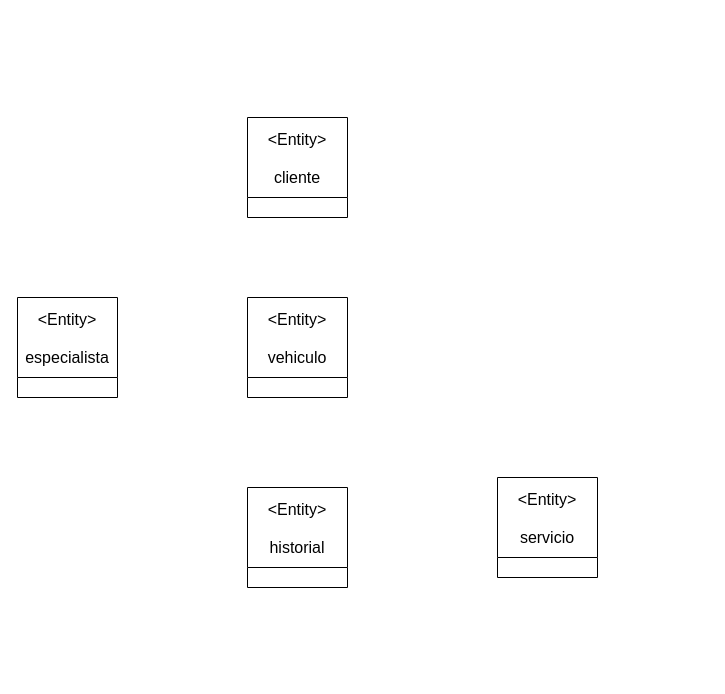
Earlier version of the draw.io diagram Diagrama sin título.drawio (Proyecto-Imaster-Ciclo-3/MultiserviciosGlobalCar). Source tidied: cells renumbered, new cells numbered last; positions are measured from the earlier drawing's top-left corner, leaving out a move shared by most shapes. Both pictures are drawn from the tidied source at 100%, with x=0, y=0 at pixel (17, 117).
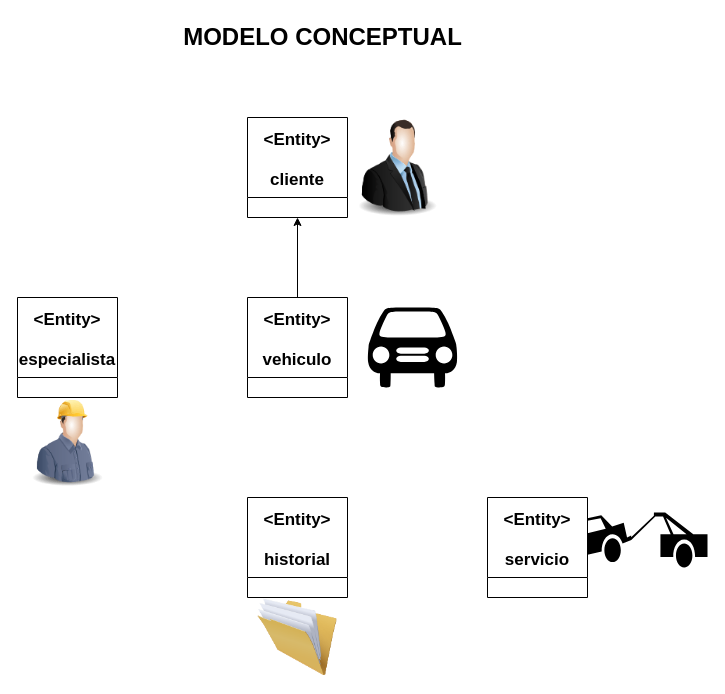
Above is the later version.

Diff of the diagram source:
```diff
@@
 <mxGraphModel>
   <root>
     <mxCell id="0" />
     <mxCell id="1" parent="0" />
-    <mxCell id="2" value="&lt;Entity&gt;&#10;&#10;vehiculo" style="swimlane;fontStyle=0;horizontal=1;startSize=80;fillColor=#ffffff;swimlaneFillColor=#ffffff;fontSize=16;" parent="1" vertex="1">
+    <mxCell id="2" value="&lt;Entity&gt;&#10;&#10;vehiculo" style="swimlane;fontStyle=1;horizontal=1;startSize=80;fillColor=#ffffff;swimlaneFillColor=#ffffff;fontSize=17;" parent="1" vertex="1">
       <mxGeometry x="230" y="180" width="100" height="100" as="geometry" />
     </mxCell>
-    <mxCell id="3" value="&lt;Entity&gt;&#10;&#10;cliente" style="swimlane;fontStyle=0;horizontal=1;startSize=80;fillColor=#ffffff;swimlaneFillColor=#ffffff;fontSize=16;" parent="1" vertex="1">
+    <mxCell id="3" value="&lt;Entity&gt;&#10;&#10;cliente" style="swimlane;fontStyle=1;horizontal=1;startSize=80;fillColor=#ffffff;swimlaneFillColor=#ffffff;fontSize=17;" parent="1" vertex="1">
       <mxGeometry x="230" width="100" height="100" as="geometry" />
     </mxCell>
-    <mxCell id="4" value="&lt;Entity&gt;&#10;&#10;especialista" style="swimlane;fontStyle=0;horizontal=1;startSize=80;fillColor=#ffffff;swimlaneFillColor=#ffffff;fontSize=16;" parent="1" vertex="1">
+    <mxCell id="4" value="&lt;Entity&gt;&#10;&#10;especialista" style="swimlane;fontStyle=1;horizontal=1;startSize=80;fillColor=#ffffff;swimlaneFillColor=#ffffff;fontSize=17;" parent="1" vertex="1">
       <mxGeometry y="180" width="100" height="100" as="geometry" />
     </mxCell>
-    <mxCell id="5" value="&lt;Entity&gt;&#10;&#10;historial" style="swimlane;fontStyle=0;horizontal=1;startSize=80;fillColor=#ffffff;swimlaneFillColor=#ffffff;fontSize=16;" parent="1" vertex="1">
-      <mxGeometry x="230" y="370" width="100" height="100" as="geometry" />
+    <mxCell id="5" value="&lt;Entity&gt;&#10;&#10;historial" style="swimlane;fontStyle=1;horizontal=1;startSize=80;fillColor=#ffffff;swimlaneFillColor=#ffffff;fontSize=17;" parent="1" vertex="1">
+      <mxGeometry x="230" y="380" width="100" height="100" as="geometry" />
     </mxCell>
-    <mxCell id="6" value="&lt;Entity&gt;&#10;&#10;servicio" style="swimlane;fontStyle=0;horizontal=1;startSize=80;fillColor=#ffffff;swimlaneFillColor=#ffffff;fontSize=16;" parent="1" vertex="1">
-      <mxGeometry x="480" y="360" width="100" height="100" as="geometry" />
+    <mxCell id="6" value="&lt;Entity&gt;&#10;&#10;servicio" style="swimlane;fontStyle=1;horizontal=1;startSize=80;fillColor=#ffffff;swimlaneFillColor=#ffffff;fontSize=17;" parent="1" vertex="1">
+      <mxGeometry x="470" y="380" width="100" height="100" as="geometry" />
     </mxCell>
+    <mxCell id="7" style="shape=mxgraph.signs.transportation.car_1;html=1;fillColor=#000000;strokeColor=none;verticalLabelPosition=bottom;verticalAlign=top;align=center;sketch=0;fontSize=16;" parent="1" vertex="1">
+      <mxGeometry x="350" y="190" width="90" height="80" as="geometry" />
+    </mxCell>
+    <mxCell id="8" style="shape=mxgraph.signs.transportation.tow_away;html=1;fillColor=#000000;strokeColor=none;verticalLabelPosition=bottom;verticalAlign=top;align=center;sketch=0;fontSize=16;" parent="1" vertex="1">
+      <mxGeometry x="570" y="395" width="120" height="55" as="geometry" />
+    </mxCell>
+    <mxCell id="9" style="image;html=1;image=img/lib/clip_art/people/Suit_Man_128x128.png;fontSize=16;" parent="1" vertex="1">
+      <mxGeometry x="330" width="100" height="100" as="geometry" />
+    </mxCell>
+    <mxCell id="10" style="image;html=1;image=img/lib/clip_art/people/Construction_Worker_Man_128x128.png;fontSize=16;" parent="1" vertex="1">
+      <mxGeometry y="280" width="100" height="90" as="geometry" />
+    </mxCell>
+    <mxCell id="11" style="image;html=1;image=img/lib/clip_art/general/Full_Folder_128x128.png;fontSize=16;" parent="1" vertex="1">
+      <mxGeometry x="240" y="480" width="80" height="80" as="geometry" />
+    </mxCell>
+    <mxCell id="12" style="endArrow=classic;html=1;rounded=0;fontSize=16;entryX=0.5;entryY=1;entryDx=0;entryDy=0;" parent="1" edge="1" source="2" target="3">
+      <mxGeometry relative="1" as="geometry" />
+    </mxCell>
+    <mxCell id="13" value="MODELO CONCEPTUAL" style="text;strokeColor=none;fillColor=none;html=1;fontSize=24;fontStyle=1;verticalAlign=middle;align=center;" parent="1" vertex="1">
+      <mxGeometry x="180" y="-100" width="250" height="40" as="geometry" />
+    </mxCell>
   </root>
 </mxGraphModel>
```
